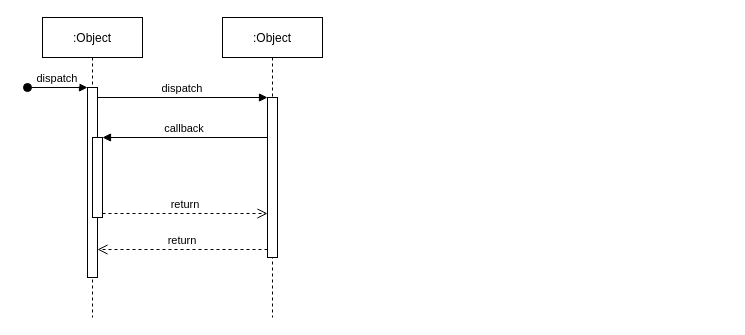
Earlier version of the draw.io diagram REST API Sequence Diagram.drawio (rednas/Test). Source tidied: cells renumbered, new cells numbered last; positions are measured from the earlier drawing's top-left corner, leaving out a move shared by most shapes. Both pictures are drawn from the tidied source at 100%, with x=0, y=0 at pixel (27, 17).
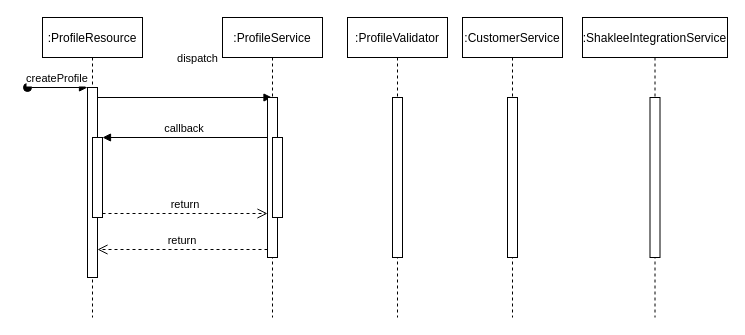
The same diagram, later.

Unchanged cells that the change refers to:
```xml
<mxCell id="3" style="points=[];perimeter=orthogonalPerimeter;rounded=0;shadow=0;strokeWidth=1;" parent="2" vertex="1">
  <mxGeometry x="45" y="70" width="10" height="190" as="geometry" />
</mxCell>
<mxCell id="7" style="points=[];perimeter=orthogonalPerimeter;rounded=0;shadow=0;strokeWidth=1;" parent="6" vertex="1">
  <mxGeometry x="45" y="80" width="10" height="160" as="geometry" />
</mxCell>
```

The edit, as a diff of the source:
```diff
@@
-    <mxCell id="2" value=":Object" style="shape=umlLifeline;perimeter=lifelinePerimeter;rounded=0;shadow=0;strokeWidth=1;" parent="1" vertex="1">
+    <mxCell id="2" value=":ProfileResource" style="shape=umlLifeline;perimeter=lifelinePerimeter;rounded=0;shadow=0;strokeWidth=1;" parent="1" vertex="1">
       <mxGeometry x="15" width="100" height="300" as="geometry" />
     </mxCell>
@@
-    <mxCell id="4" value="dispatch" style="verticalAlign=bottom;startArrow=oval;endArrow=block;startSize=8;shadow=0;strokeWidth=1;" parent="2" edge="1" target="3">
+    <mxCell id="4" value="createProfile" style="verticalAlign=bottom;startArrow=oval;endArrow=block;startSize=8;shadow=0;strokeWidth=1;" parent="2" edge="1" target="3">
       <mxGeometry relative="1" as="geometry">
         <mxPoint x="-15" y="70" as="sourcePoint" />
       </mxGeometry>
     </mxCell>
@@
+    <mxCell id="9" value="dispatch" style="html=1;verticalAlign=bottom;endArrow=block;rounded=0;" parent="2" edge="1" target="6">
+      <mxGeometry x="0.15" y="30" relative="1" as="geometry">
+        <mxPoint x="55" y="80" as="sourcePoint" />
+      </mxGeometry>
+    </mxCell>
-    <mxCell id="6" value=":Object" style="shape=umlLifeline;perimeter=lifelinePerimeter;rounded=0;shadow=0;strokeWidth=1;" parent="1" vertex="1">
+    <mxCell id="6" value=":ProfileService" style="shape=umlLifeline;perimeter=lifelinePerimeter;rounded=0;shadow=0;strokeWidth=1;" parent="1" vertex="1">
       <mxGeometry x="195" width="100" height="300" as="geometry" />
     </mxCell>
@@
+    <mxCell id="12" style="html=1;perimeter=orthogonalPerimeter;" parent="6" vertex="1">
+      <mxGeometry x="50" y="120" width="10" height="80" as="geometry" />
+    </mxCell>
@@
-    <mxCell id="9" value="dispatch" style="verticalAlign=bottom;endArrow=block;entryX=0;entryY=0;shadow=0;strokeWidth=1;" parent="1" edge="1" source="3" target="7">
-      <mxGeometry relative="1" as="geometry" />
-    </mxCell>
@@
+    <mxCell id="13" value=":ProfileValidator" style="shape=umlLifeline;perimeter=lifelinePerimeter;rounded=0;shadow=0;strokeWidth=1;" parent="1" vertex="1">
+      <mxGeometry x="320" width="100" height="300" as="geometry" />
+    </mxCell>
+    <mxCell id="14" style="perimeter=orthogonalPerimeter;rounded=0;shadow=0;strokeWidth=1;" parent="13" vertex="1">
+      <mxGeometry x="45" y="80" width="10" height="160" as="geometry" />
+    </mxCell>
+    <mxCell id="15" value=":CustomerService" style="shape=umlLifeline;perimeter=lifelinePerimeter;rounded=0;shadow=0;strokeWidth=1;" parent="1" vertex="1">
+      <mxGeometry x="435" width="100" height="300" as="geometry" />
+    </mxCell>
+    <mxCell id="16" style="perimeter=orthogonalPerimeter;rounded=0;shadow=0;strokeWidth=1;" parent="15" vertex="1">
+      <mxGeometry x="45" y="80" width="10" height="160" as="geometry" />
+    </mxCell>
+    <mxCell id="17" value=":ShakleeIntegrationService" style="shape=umlLifeline;perimeter=lifelinePerimeter;rounded=0;shadow=0;strokeWidth=1;" parent="1" vertex="1">
+      <mxGeometry x="555" width="145" height="300" as="geometry" />
+    </mxCell>
+    <mxCell id="18" style="perimeter=orthogonalPerimeter;rounded=0;shadow=0;strokeWidth=1;" parent="17" vertex="1">
+      <mxGeometry x="67.5" y="80" width="10" height="160" as="geometry" />
+    </mxCell>
```
